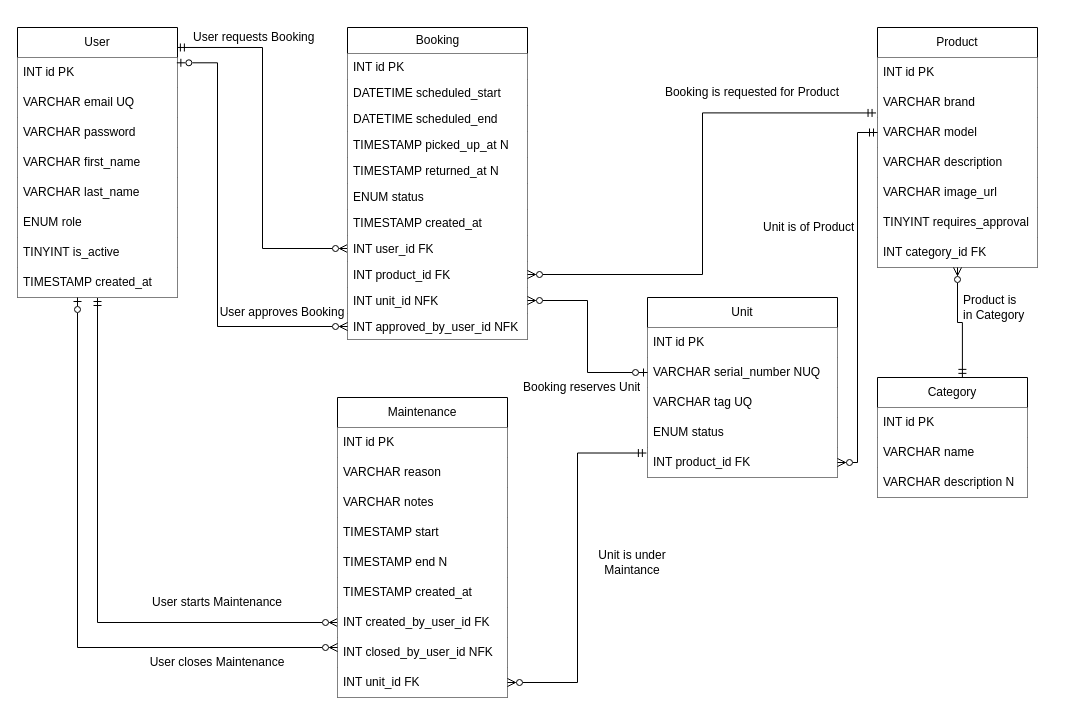
Above: database/Equipment Booking.drawio in 37265/equipment-manager (draw.io), before the change. Source tidied: cells renumbered, new cells numbered last; positions are measured from the earlier drawing's top-left corner, leaving out a move shared by most shapes. Both pictures are drawn from the tidied source at 100%, with x=0, y=0 at pixel (17, 17).
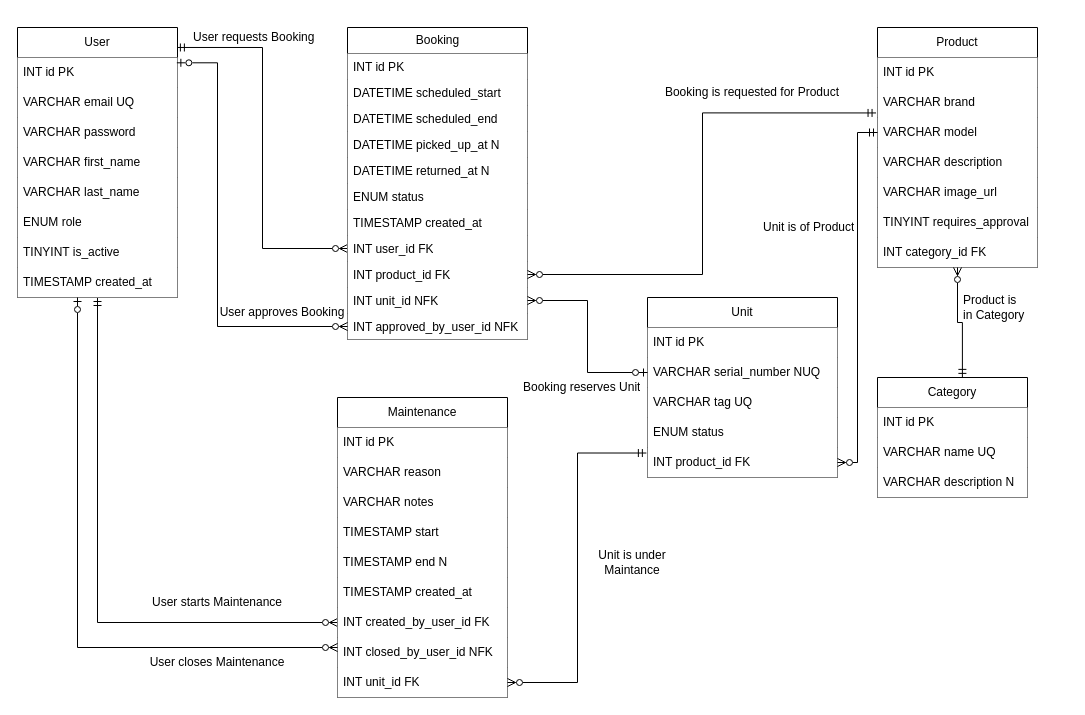
After the change.

The change refers to these unchanged cells:
```xml
<mxCell id="21" value="Category" style="swimlane;fontStyle=0;horizontal=1;startSize=30;whiteSpace=wrap;html=1;" parent="1" vertex="1">
  <mxGeometry x="860" y="360" width="150" height="120" as="geometry" />
</mxCell>
<mxCell id="25" value="Booking" style="swimlane;fontStyle=0;horizontal=1;startSize=26;fillColor=default;html=1;" parent="1" vertex="1">
  <mxGeometry x="330" y="10" width="180" height="312" as="geometry" />
</mxCell>
```

Change to the diagram source:
```diff
@@
-    <mxCell id="23" value="&lt;div&gt;VARCHAR name&lt;/div&gt;" style="text;strokeColor=none;fillColor=default;align=left;verticalAlign=middle;spacingLeft=4;spacingRight=4;overflow=hidden;whiteSpace=wrap;html=1;" parent="21" vertex="1">
+    <mxCell id="23" value="&lt;div&gt;VARCHAR name UQ&lt;/div&gt;" style="text;strokeColor=none;fillColor=default;align=left;verticalAlign=middle;spacingLeft=4;spacingRight=4;overflow=hidden;whiteSpace=wrap;html=1;" parent="21" vertex="1">
       <mxGeometry y="60" width="150" height="30" as="geometry" />
     </mxCell>
@@
-    <mxCell id="29" value="TIMESTAMP picked_up_at N" style="text;strokeColor=none;fillColor=default;align=left;verticalAlign=top;spacingLeft=4;spacingRight=4;overflow=hidden;whiteSpace=wrap;html=1;" parent="25" vertex="1">
+    <mxCell id="29" value="DATETIME picked_up_at N" style="text;strokeColor=none;fillColor=default;align=left;verticalAlign=top;spacingLeft=4;spacingRight=4;overflow=hidden;whiteSpace=wrap;html=1;" parent="25" vertex="1">
       <mxGeometry y="104" width="180" height="26" as="geometry" />
     </mxCell>
-    <mxCell id="30" value="TIMESTAMP returned_at N" style="text;strokeColor=none;fillColor=default;align=left;verticalAlign=top;spacingLeft=4;spacingRight=4;overflow=hidden;whiteSpace=wrap;html=1;" parent="25" vertex="1">
+    <mxCell id="30" value="DATETIME returned_at N" style="text;strokeColor=none;fillColor=default;align=left;verticalAlign=top;spacingLeft=4;spacingRight=4;overflow=hidden;whiteSpace=wrap;html=1;" parent="25" vertex="1">
       <mxGeometry y="130" width="180" height="26" as="geometry" />
     </mxCell>
```
